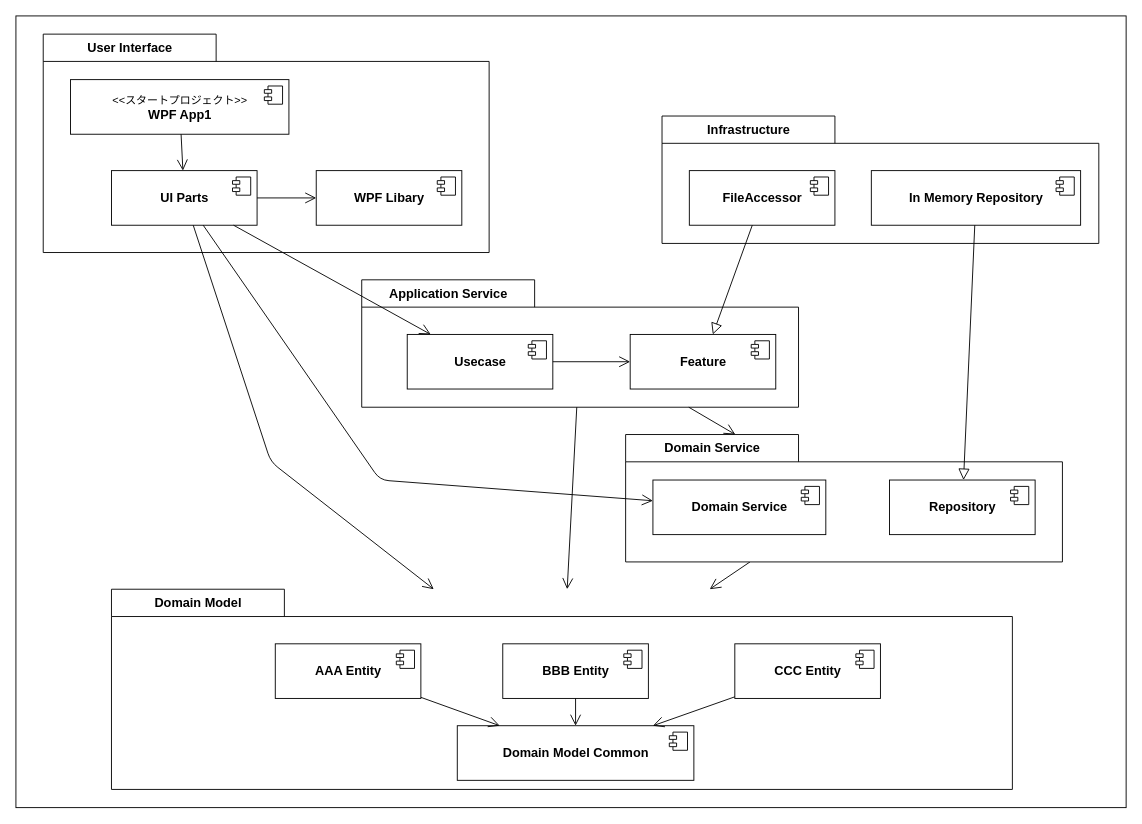
Above: page "コンポーネント設計" (3 of 11) of Documents/Design/Figures.drawio in bosssanovar/WindowsApp_Template_202404 (draw.io), before the change. Source tidied: cells renumbered, new cells numbered last; positions are measured from the earlier drawing's top-left corner, leaving out a move shared by most shapes. Both pictures are drawn from the tidied source at 91%, with x=0, y=0 at pixel (15, 15).
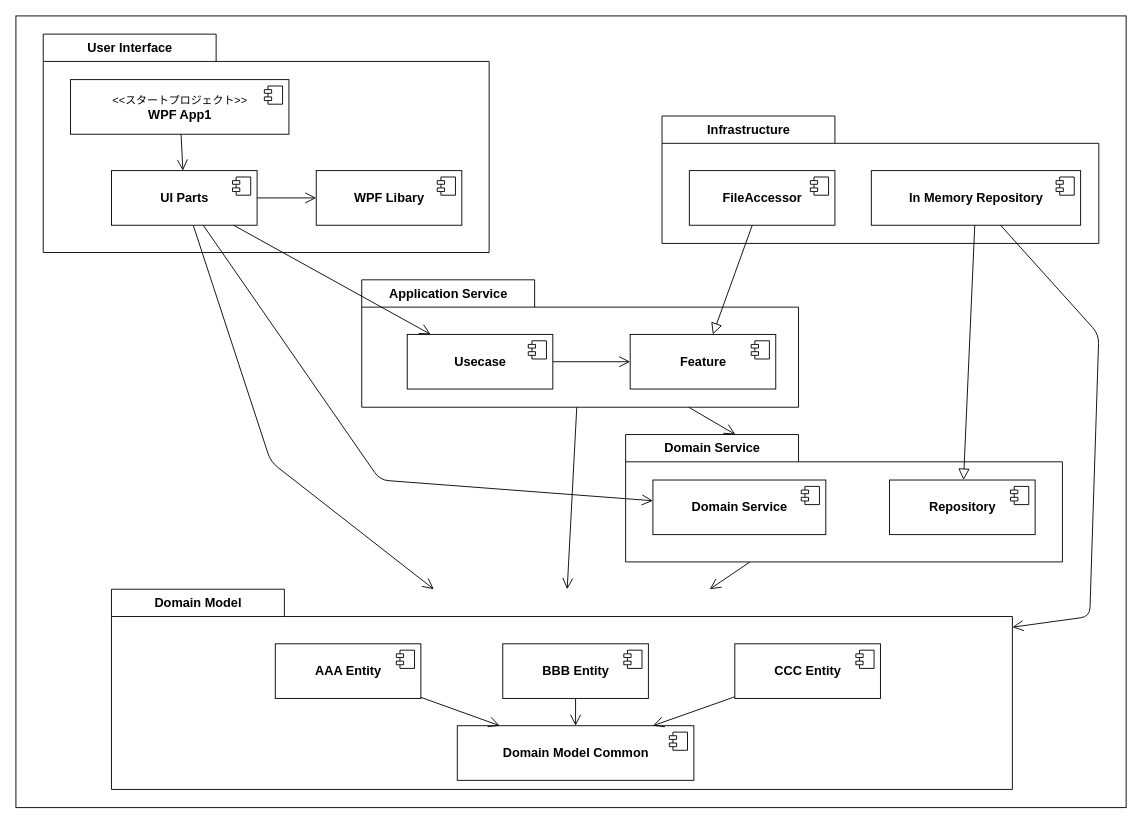
After the change.

The change refers to these unchanged cells:
```xml
<mxCell id="3" value="Domain Model" style="shape=folder;fontStyle=1;tabWidth=190;tabHeight=30;tabPosition=left;html=1;boundedLbl=1;labelInHeader=1;strokeColor=#000000;strokeWidth=1;fontSize=14;fontColor=#000000;fillColor=#FFFFFF;" parent="1" vertex="1">
  <mxGeometry x="105" y="630" width="990" height="220" as="geometry" />
</mxCell>
<mxCell id="44" value="&lt;b&gt;In Memory Repository&lt;/b&gt;" style="html=1;strokeColor=#000000;strokeWidth=1;fontSize=14;fontColor=#000000;fillColor=#FFFFFF;" parent="40" vertex="1">
  <mxGeometry x="230" y="60" width="230" height="60" as="geometry" />
</mxCell>
```

What changed in the source:
```diff
@@
+    <mxCell id="53" style="edgeStyle=none;html=1;fontSize=12;fontColor=#000000;strokeWidth=1;startSize=6;endSize=10;endArrow=open;endFill=0;" parent="1" edge="1" source="44" target="3">
+      <mxGeometry relative="1" as="geometry">
+        <Array as="points">
+          <mxPoint x="1190" y="350" />
+          <mxPoint x="1180" y="660" />
+        </Array>
+      </mxGeometry>
+    </mxCell>
```
